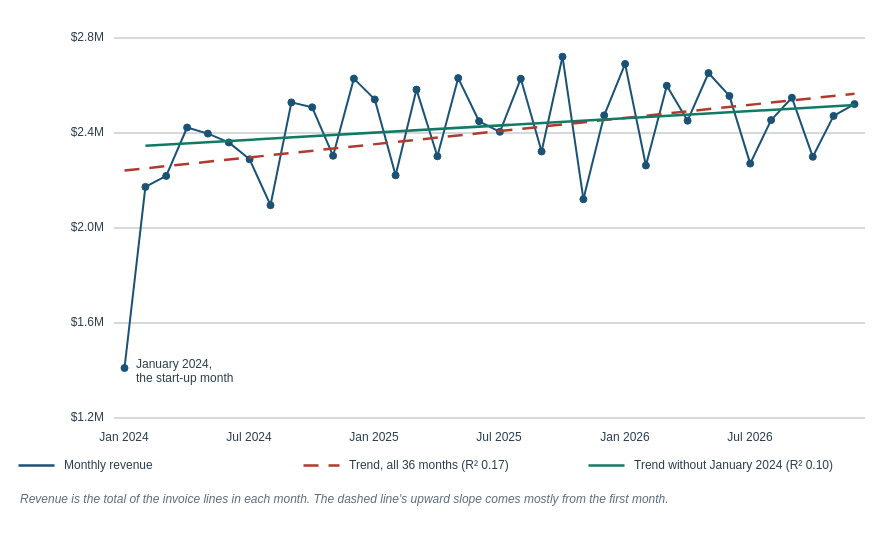
The draw.io diagram visuals/src/fig-07-01-monthly-revenue-trend.drawio in mmcodesso/Accounting_Analytics_Book, before the edit. Source tidied: cells renumbered, new cells numbered last; positions are measured from the earlier drawing's top-left corner, leaving out a move shared by most shapes. Both pictures are drawn from the tidied source at 100%, with x=0, y=0 at pixel (18, 17).
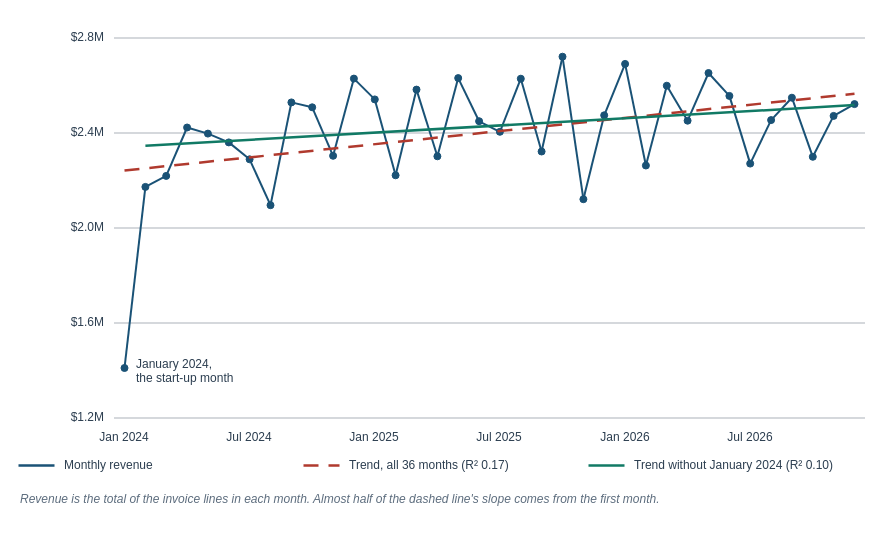
The same diagram, later.

Diff of the diagram source:
```diff
@@
-    <mxCell id="99" value="&lt;i&gt;Revenue is the total of the invoice lines in each month. The dashed line's upward slope comes mostly from the first month.&lt;/i&gt;" style="text;html=1;whiteSpace=wrap;align=left;verticalAlign=top;fontSize=12;fontColor=#5D6D7E;fontStyle=0;fontFamily=Helvetica;spacing=2;fillColor=none;strokeColor=none;" parent="1" vertex="1">
+    <mxCell id="99" value="&lt;i&gt;Revenue is the total of the invoice lines in each month. Almost half of the dashed line's slope comes from the first month.&lt;/i&gt;" style="text;html=1;whiteSpace=wrap;align=left;verticalAlign=top;fontSize=12;fontColor=#5D6D7E;fontStyle=0;fontFamily=Helvetica;spacing=2;fillColor=none;strokeColor=none;" parent="1" vertex="1">
       <mxGeometry y="468" width="860" height="40" as="geometry" />
     </mxCell>
```
